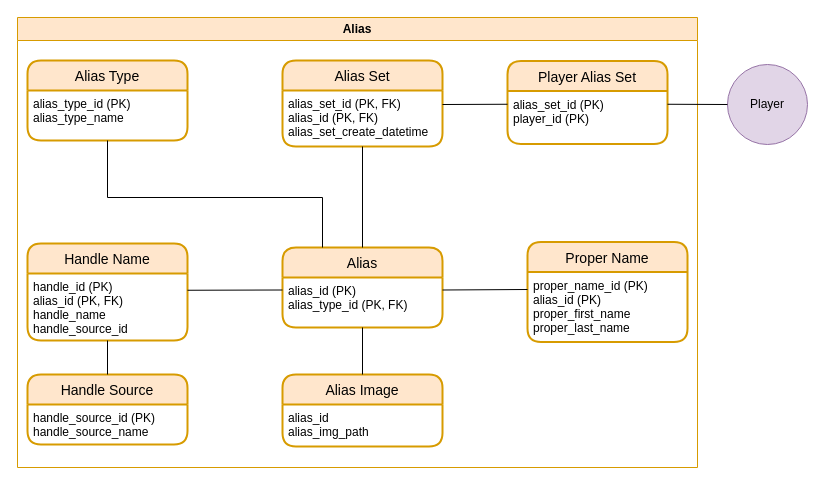
Techmate-Chess/BoardBuddy keeps this draw.io diagram as page "Alias Tables" (2 of 4) of documentation/database/logical-model.drawio. Above is the earlier version. Source tidied: cells renumbered, new cells numbered last; positions are measured from the earlier drawing's top-left corner, leaving out a move shared by most shapes. Both pictures are drawn from the tidied source at 100%, with x=0, y=0 at pixel (17, 17).
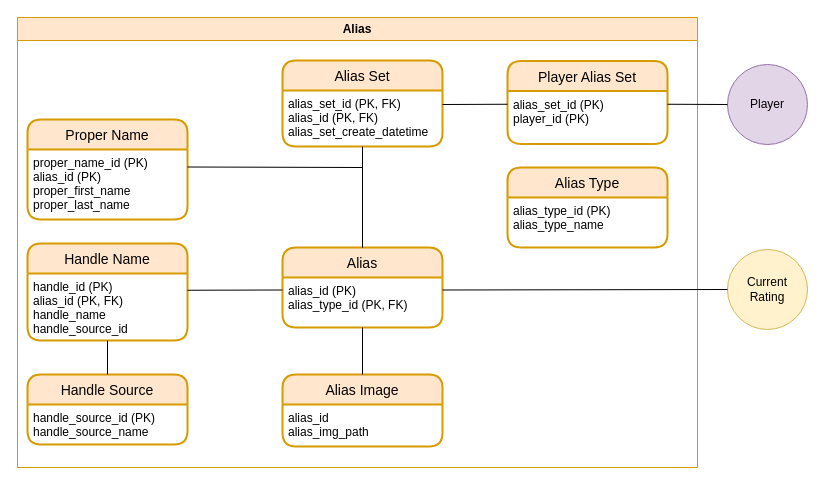
After the change.

The change refers to these unchanged cells:
```xml
<mxCell id="2" value="Alias" style="swimlane;whiteSpace=wrap;html=1;labelBorderColor=none;swimlaneFillColor=default;fillColor=#ffe6cc;strokeColor=#d79b00;" parent="1" vertex="1">
  <mxGeometry width="680" height="450" as="geometry" />
</mxCell>
<mxCell id="10" value="proper_name_id (PK)&#10;alias_id (PK)&#10;proper_first_name&#10;proper_last_name" style="align=left;strokeColor=none;fillColor=none;spacingLeft=4;fontSize=12;verticalAlign=top;labelBorderColor=none;" parent="9" vertex="1">
  <mxGeometry y="30" width="160" height="70" as="geometry" />
</mxCell>
<mxCell id="17" value="Alias" style="swimlane;horizontal=1;startSize=30;rounded=1;fontSize=14;fontStyle=0;strokeWidth=2;shadow=0;dashed=0;align=center;labelBorderColor=none;fillColor=#ffe6cc;strokeColor=#d79b00;" parent="2" vertex="1">
  <mxGeometry x="265" y="230" width="160" height="80" as="geometry" />
</mxCell>
<mxCell id="18" value="alias_id (PK)&#10;alias_type_id (PK, FK)" style="align=left;strokeColor=none;fillColor=none;spacingLeft=4;fontSize=12;verticalAlign=top;labelBorderColor=none;" parent="17" vertex="1">
  <mxGeometry y="30" width="160" height="50" as="geometry" />
</mxCell>
```

The edit, as a diff of the source:
```diff
@@
     <mxCell id="9" value="Proper Name" style="swimlane;horizontal=1;startSize=30;rounded=1;fontSize=14;fontStyle=0;strokeWidth=2;shadow=0;dashed=0;align=center;labelBorderColor=none;fillColor=#ffe6cc;strokeColor=#d79b00;" parent="2" vertex="1">
-      <mxGeometry x="510" y="224.5" width="160" height="100" as="geometry" />
+      <mxGeometry x="10" y="102" width="160" height="100" as="geometry" />
     </mxCell>
@@
-    <mxCell id="19" value="Alias Type" style="swimlane;horizontal=1;startSize=30;rounded=1;fontSize=14;fontStyle=0;strokeWidth=2;shadow=0;dashed=0;align=center;labelBorderColor=none;fillColor=#ffe6cc;strokeColor=#d79b00;" parent="2" vertex="1">
-      <mxGeometry x="10" y="43" width="160" height="80" as="geometry" />
-    </mxCell>
-    <mxCell id="20" value="alias_type_id (PK)&#10;alias_type_name&#10;" style="align=left;strokeColor=none;fillColor=none;spacingLeft=4;fontSize=12;verticalAlign=top;labelBorderColor=none;" parent="19" vertex="1">
-      <mxGeometry y="30" width="160" height="50" as="geometry" />
-    </mxCell>
@@
-    <mxCell id="27" style="endArrow=none;html=1;rounded=0;entryX=0;entryY=0.25;entryDx=0;entryDy=0;exitX=1;exitY=0.25;exitDx=0;exitDy=0;" parent="2" edge="1" source="18" target="10">
-      <mxGeometry relative="1" as="geometry" />
-    </mxCell>
-    <mxCell id="28" style="endArrow=none;html=1;rounded=0;exitX=0.5;exitY=1;exitDx=0;exitDy=0;entryX=0.25;entryY=0;entryDx=0;entryDy=0;" parent="2" edge="1" source="20" target="17">
-      <mxGeometry relative="1" as="geometry">
-        <Array as="points">
-          <mxPoint x="90" y="180" />
-          <mxPoint x="305" y="180" />
-        </Array>
-      </mxGeometry>
-    </mxCell>
@@
+    <mxCell id="19" value="Alias Type" style="swimlane;horizontal=1;startSize=30;rounded=1;fontSize=14;fontStyle=0;strokeWidth=2;shadow=0;dashed=0;align=center;labelBorderColor=none;fillColor=#ffe6cc;strokeColor=#d79b00;" parent="2" vertex="1">
+      <mxGeometry x="490" y="150" width="160" height="80" as="geometry" />
+    </mxCell>
+    <mxCell id="20" value="alias_type_id (PK)&#10;alias_type_name&#10;" style="align=left;strokeColor=none;fillColor=none;spacingLeft=4;fontSize=12;verticalAlign=top;labelBorderColor=none;" parent="19" vertex="1">
+      <mxGeometry y="30" width="160" height="50" as="geometry" />
+    </mxCell>
+    <mxCell id="32" style="endArrow=none;html=1;rounded=0;entryX=1;entryY=0.25;entryDx=0;entryDy=0;exitX=0.5;exitY=0;exitDx=0;exitDy=0;" parent="2" edge="1" source="17" target="10">
+      <mxGeometry relative="1" as="geometry">
+        <Array as="points">
+          <mxPoint x="345" y="150" />
+        </Array>
+      </mxGeometry>
+    </mxCell>
@@
+    <mxCell id="33" value="Current Rating" style="ellipse;whiteSpace=wrap;html=1;fillColor=#fff2cc;strokeColor=#d6b656;" parent="1" vertex="1">
+      <mxGeometry x="710" y="232" width="80" height="80" as="geometry" />
+    </mxCell>
+    <mxCell id="34" style="endArrow=none;html=1;rounded=0;entryX=0;entryY=0.5;entryDx=0;entryDy=0;exitX=1;exitY=0.25;exitDx=0;exitDy=0;" parent="1" edge="1" source="18" target="33">
+      <mxGeometry relative="1" as="geometry" />
+    </mxCell>
```
